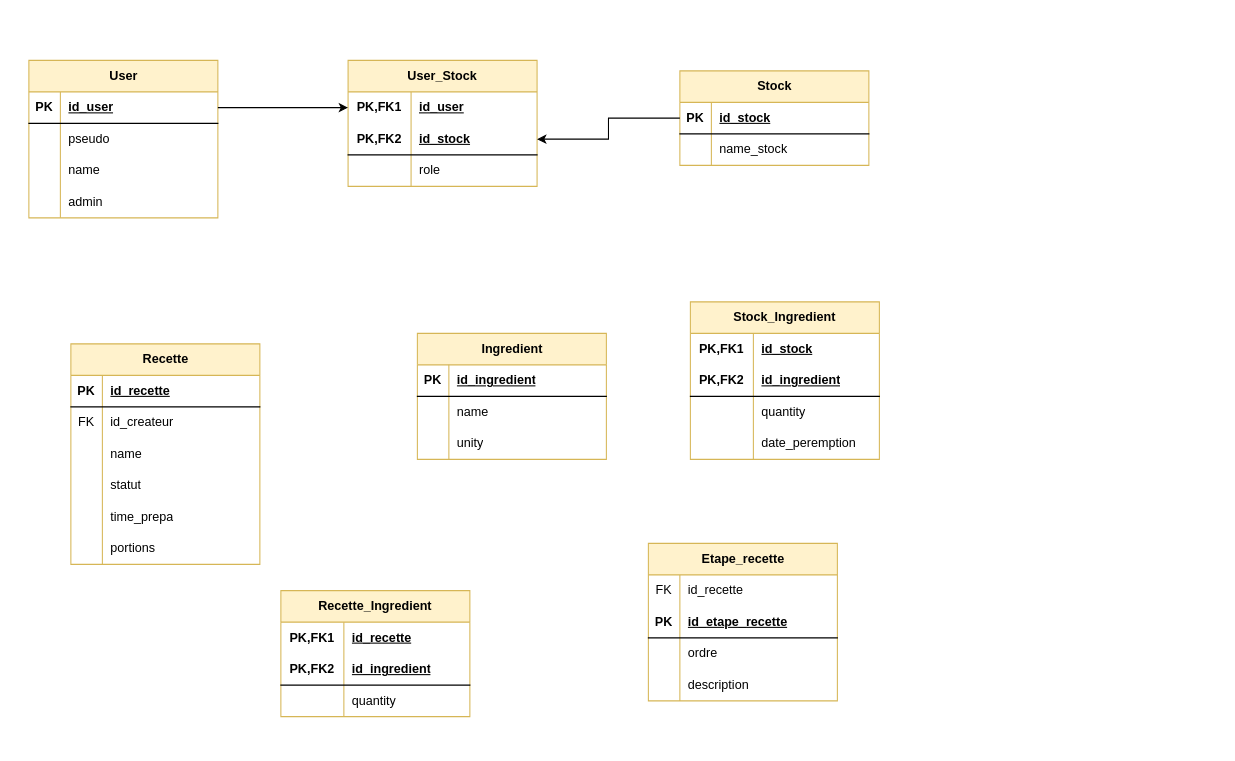
Above: diagramme_bdd.drawio in Projet-ingenierie-logiciel-2A-JerRouTes/projet2A (draw.io), before the change. Source tidied: cells renumbered, new cells numbered last; positions are measured from the earlier drawing's top-left corner, leaving out a move shared by most shapes. Both pictures are drawn from the tidied source at 105%, with x=0, y=0 at pixel (28, 60).
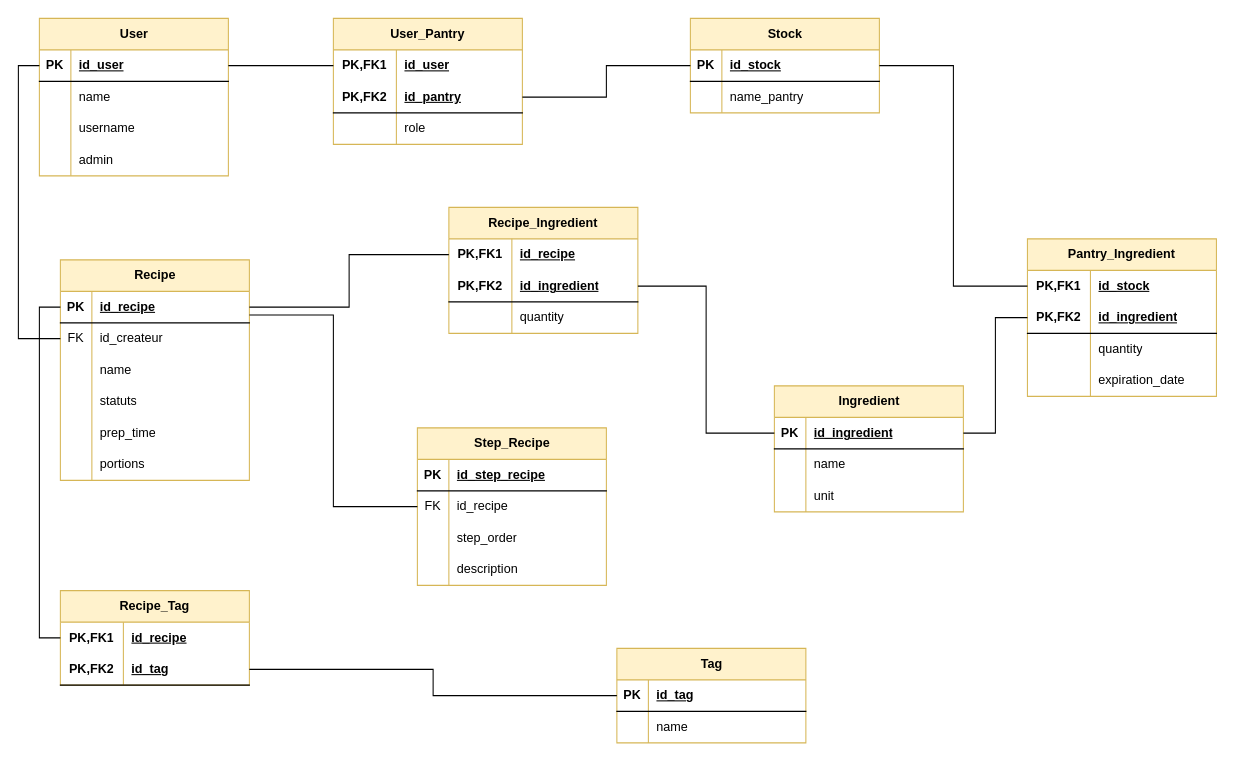
The same page after the edit.

Commit message (it also covers changes not shown here):
Mettre à jour diagramme_bdd.drawio

Unchanged cells that the change refers to:
```xml
<mxCell id="3" style="shape=tableRow;horizontal=0;startSize=0;swimlaneHead=0;swimlaneBody=0;fillColor=none;points=[[0,0.5],[1,0.5]];portConstraint=eastwest;top=0;left=0;right=0;bottom=1;" parent="2" vertex="1">
  <mxGeometry y="30" width="180" height="30" as="geometry" />
</mxCell>
<mxCell id="6" style="shape=tableRow;horizontal=0;startSize=0;swimlaneHead=0;swimlaneBody=0;fillColor=none;top=0;left=0;right=0;bottom=0;" parent="2" vertex="1">
  <mxGeometry y="60" width="180" height="30" as="geometry" />
</mxCell>
<mxCell id="9" style="shape=tableRow;horizontal=0;startSize=0;swimlaneHead=0;swimlaneBody=0;fillColor=none;top=0;left=0;right=0;bottom=0;" parent="2" vertex="1">
  <mxGeometry y="90" width="180" height="30" as="geometry" />
</mxCell>
<mxCell id="16" style="shape=tableRow;horizontal=0;startSize=0;swimlaneHead=0;swimlaneBody=0;fillColor=none;points=[[0,0.5],[1,0.5]];portConstraint=eastwest;top=0;left=0;right=0;bottom=1;" parent="15" vertex="1">
  <mxGeometry y="30" width="180" height="30" as="geometry" />
</mxCell>
<mxCell id="19" style="shape=tableRow;horizontal=0;startSize=0;swimlaneHead=0;swimlaneBody=0;fillColor=none;top=0;left=0;right=0;bottom=0;" parent="15" vertex="1">
  <mxGeometry y="60" width="180" height="30" as="geometry" />
</mxCell>
<mxCell id="23" style="shape=tableRow;horizontal=0;startSize=0;swimlaneHead=0;swimlaneBody=0;fillColor=none;points=[[0,0.5],[1,0.5]];portConstraint=eastwest;top=0;left=0;right=0;bottom=0;html=1;" parent="22" vertex="1">
  <mxGeometry y="30" width="180" height="30" as="geometry" />
</mxCell>
<mxCell id="26" style="shape=tableRow;horizontal=0;startSize=0;swimlaneHead=0;swimlaneBody=0;fillColor=none;points=[[0,0.5],[1,0.5]];portConstraint=eastwest;top=0;left=0;right=0;bottom=1;html=1;" parent="22" vertex="1">
  <mxGeometry y="60" width="180" height="30" as="geometry" />
</mxCell>
<mxCell id="33" style="shape=tableRow;horizontal=0;startSize=0;swimlaneHead=0;swimlaneBody=0;fillColor=none;points=[[0,0.5],[1,0.5]];portConstraint=eastwest;top=0;left=0;right=0;bottom=1;" parent="32" vertex="1">
  <mxGeometry y="30" width="180" height="30" as="geometry" />
</mxCell>
<mxCell id="39" style="shape=tableRow;horizontal=0;startSize=0;swimlaneHead=0;swimlaneBody=0;fillColor=none;top=0;left=0;right=0;bottom=0;" parent="32" vertex="1">
  <mxGeometry y="90" width="180" height="30" as="geometry" />
</mxCell>
<mxCell id="43" style="shape=tableRow;horizontal=0;startSize=0;swimlaneHead=0;swimlaneBody=0;fillColor=none;points=[[0,0.5],[1,0.5]];portConstraint=eastwest;top=0;left=0;right=0;bottom=0;html=1;" parent="42" vertex="1">
  <mxGeometry y="30" width="180" height="30" as="geometry" />
</mxCell>
<mxCell id="46" style="shape=tableRow;horizontal=0;startSize=0;swimlaneHead=0;swimlaneBody=0;fillColor=none;points=[[0,0.5],[1,0.5]];portConstraint=eastwest;top=0;left=0;right=0;bottom=1;html=1;" parent="42" vertex="1">
  <mxGeometry y="60" width="180" height="30" as="geometry" />
</mxCell>
<mxCell id="52" style="shape=tableRow;horizontal=0;startSize=0;swimlaneHead=0;swimlaneBody=0;fillColor=none;top=0;left=0;right=0;bottom=0;html=1;" parent="42" vertex="1">
  <mxGeometry y="120" width="180" height="30" as="geometry" />
</mxCell>
<mxCell id="56" style="shape=tableRow;horizontal=0;startSize=0;swimlaneHead=0;swimlaneBody=0;fillColor=none;points=[[0,0.5],[1,0.5]];portConstraint=eastwest;top=0;left=0;right=0;bottom=1;" parent="55" vertex="1">
  <mxGeometry y="30" width="180" height="30" as="geometry" />
</mxCell>
<mxCell id="59" style="shape=tableRow;horizontal=0;startSize=0;swimlaneHead=0;swimlaneBody=0;fillColor=none;points=[[0,0.5],[1,0.5]];portConstraint=eastwest;top=0;left=0;right=0;bottom=0;" parent="55" vertex="1">
  <mxGeometry y="60" width="180" height="30" as="geometry" />
</mxCell>
<mxCell id="65" style="shape=tableRow;horizontal=0;startSize=0;swimlaneHead=0;swimlaneBody=0;fillColor=none;top=0;left=0;right=0;bottom=0;" parent="55" vertex="1">
  <mxGeometry y="120" width="180" height="30" as="geometry" />
</mxCell>
<mxCell id="68" style="shape=tableRow;horizontal=0;startSize=0;swimlaneHead=0;swimlaneBody=0;fillColor=none;top=0;left=0;right=0;bottom=0;" parent="55" vertex="1">
  <mxGeometry y="150" width="180" height="30" as="geometry" />
</mxCell>
<mxCell id="75" style="shape=tableRow;horizontal=0;startSize=0;swimlaneHead=0;swimlaneBody=0;fillColor=none;points=[[0,0.5],[1,0.5]];portConstraint=eastwest;top=0;left=0;right=0;bottom=0;html=1;" parent="74" vertex="1">
  <mxGeometry y="30" width="180" height="30" as="geometry" />
</mxCell>
<mxCell id="78" style="shape=tableRow;horizontal=0;startSize=0;swimlaneHead=0;swimlaneBody=0;fillColor=none;points=[[0,0.5],[1,0.5]];portConstraint=eastwest;top=0;left=0;right=0;bottom=1;html=1;" parent="74" vertex="1">
  <mxGeometry y="60" width="180" height="30" as="geometry" />
</mxCell>
<mxCell id="91" style="shape=tableRow;horizontal=0;startSize=0;swimlaneHead=0;swimlaneBody=0;fillColor=none;top=0;left=0;right=0;bottom=0;" parent="84" vertex="1">
  <mxGeometry y="90" width="180" height="30" as="geometry" />
</mxCell>
```

What changed in the source:
```diff
@@
     <mxCell id="2" value="User" style="shape=table;startSize=30;childLayout=tableLayout;rowLines=0;fontStyle=1;align=center;html=1;fillColor=#fff2cc;strokeColor=#d6b656;" parent="1" vertex="1">
-      <mxGeometry width="180" height="150" as="geometry" />
+      <mxGeometry x="10" y="-40" width="180" height="150" as="geometry" />
     </mxCell>
@@
-    <mxCell id="8" value="pseudo" style="shape=partialRectangle;fillColor=none;top=0;left=0;bottom=0;right=0;align=left;spacingLeft=6;overflow=hidden;whiteSpace=wrap;html=1;" parent="6" vertex="1">
+    <mxCell id="8" value="name" style="shape=partialRectangle;fillColor=none;top=0;left=0;bottom=0;right=0;align=left;spacingLeft=6;overflow=hidden;whiteSpace=wrap;html=1;" parent="6" vertex="1">
       <mxGeometry x="30" width="150" height="30" as="geometry" />
     </mxCell>
@@
-    <mxCell id="11" value="name" style="shape=partialRectangle;fillColor=none;top=0;left=0;bottom=0;right=0;align=left;spacingLeft=6;overflow=hidden;whiteSpace=wrap;html=1;" parent="9" vertex="1">
+    <mxCell id="11" value="username" style="shape=partialRectangle;fillColor=none;top=0;left=0;bottom=0;right=0;align=left;spacingLeft=6;overflow=hidden;whiteSpace=wrap;html=1;" parent="9" vertex="1">
       <mxGeometry x="30" width="150" height="30" as="geometry" />
     </mxCell>
@@
     <mxCell id="15" value="Stock" style="shape=table;startSize=30;childLayout=tableLayout;rowLines=0;fontStyle=1;align=center;html=1;fillColor=#fff2cc;strokeColor=#d6b656;" parent="1" vertex="1">
-      <mxGeometry x="620" y="10" width="180" height="90" as="geometry" />
+      <mxGeometry x="630" y="-40" width="180" height="90" as="geometry" />
     </mxCell>
@@
-    <mxCell id="21" value="name_stock" style="shape=partialRectangle;fillColor=none;top=0;left=0;bottom=0;right=0;align=left;spacingLeft=6;overflow=hidden;whiteSpace=wrap;html=1;" parent="19" vertex="1">
+    <mxCell id="21" value="name_pantry" style="shape=partialRectangle;fillColor=none;top=0;left=0;bottom=0;right=0;align=left;spacingLeft=6;overflow=hidden;whiteSpace=wrap;html=1;" parent="19" vertex="1">
       <mxGeometry x="30" width="150" height="30" as="geometry" />
     </mxCell>
-    <mxCell id="22" value="User_Stock" style="shape=table;startSize=30;childLayout=tableLayout;rowLines=0;fontStyle=1;align=center;html=1;whiteSpace=wrap;fillColor=#fff2cc;strokeColor=#d6b656;" parent="1" vertex="1">
-      <mxGeometry x="304" width="180" height="120" as="geometry" />
+    <mxCell id="22" value="User_Pantry" style="shape=table;startSize=30;childLayout=tableLayout;rowLines=0;fontStyle=1;align=center;html=1;whiteSpace=wrap;fillColor=#fff2cc;strokeColor=#d6b656;" parent="1" vertex="1">
+      <mxGeometry x="290" y="-40" width="180" height="120" as="geometry" />
     </mxCell>
@@
-    <mxCell id="28" value="id_stock" style="shape=partialRectangle;fillColor=none;top=0;left=0;bottom=0;right=0;align=left;spacingLeft=6;fontStyle=5;overflow=hidden;html=1;whiteSpace=wrap;" parent="26" vertex="1">
+    <mxCell id="28" value="id_pantry" style="shape=partialRectangle;fillColor=none;top=0;left=0;bottom=0;right=0;align=left;spacingLeft=6;fontStyle=5;overflow=hidden;html=1;whiteSpace=wrap;" parent="26" vertex="1">
       <mxGeometry x="60" width="120" height="30" as="geometry" />
     </mxCell>
@@
     <mxCell id="32" value="Ingredient" style="shape=table;startSize=30;childLayout=tableLayout;rowLines=0;fontStyle=1;align=center;html=1;fillColor=#fff2cc;strokeColor=#d6b656;" parent="1" vertex="1">
-      <mxGeometry x="370" y="260" width="180" height="120" as="geometry" />
+      <mxGeometry x="710" y="310" width="180" height="120" as="geometry" />
     </mxCell>
@@
-    <mxCell id="41" value="unity" style="shape=partialRectangle;fillColor=none;top=0;left=0;bottom=0;right=0;align=left;spacingLeft=6;overflow=hidden;whiteSpace=wrap;html=1;" parent="39" vertex="1">
+    <mxCell id="41" value="unit" style="shape=partialRectangle;fillColor=none;top=0;left=0;bottom=0;right=0;align=left;spacingLeft=6;overflow=hidden;whiteSpace=wrap;html=1;" parent="39" vertex="1">
       <mxGeometry x="30" width="150" height="30" as="geometry" />
     </mxCell>
-    <mxCell id="42" value="&lt;div&gt;Stock_Ingredient&lt;/div&gt;" style="shape=table;startSize=30;childLayout=tableLayout;rowLines=0;fontStyle=1;align=center;html=1;whiteSpace=wrap;fillColor=#fff2cc;strokeColor=#d6b656;" parent="1" vertex="1">
-      <mxGeometry x="630" y="230" width="180" height="150" as="geometry" />
+    <mxCell id="42" value="&lt;div&gt;Pantry_Ingredient&lt;/div&gt;" style="shape=table;startSize=30;childLayout=tableLayout;rowLines=0;fontStyle=1;align=center;html=1;whiteSpace=wrap;fillColor=#fff2cc;strokeColor=#d6b656;" parent="1" vertex="1">
+      <mxGeometry x="951" y="170" width="180" height="150" as="geometry" />
     </mxCell>
@@
-    <mxCell id="54" value="date_peremption" style="shape=partialRectangle;fillColor=none;top=0;left=0;bottom=0;right=0;align=left;spacingLeft=6;overflow=hidden;html=1;whiteSpace=wrap;" parent="52" vertex="1">
+    <mxCell id="54" value="expiration_date" style="shape=partialRectangle;fillColor=none;top=0;left=0;bottom=0;right=0;align=left;spacingLeft=6;overflow=hidden;html=1;whiteSpace=wrap;" parent="52" vertex="1">
       <mxGeometry x="60" width="120" height="30" as="geometry" />
     </mxCell>
-    <mxCell id="55" value="Recette" style="shape=table;startSize=30;childLayout=tableLayout;rowLines=0;fontStyle=1;align=center;html=1;fillColor=#fff2cc;strokeColor=#d6b656;" parent="1" vertex="1">
-      <mxGeometry x="40" y="270" width="180" height="210" as="geometry" />
+    <mxCell id="55" value="Recipe" style="shape=table;startSize=30;childLayout=tableLayout;rowLines=0;fontStyle=1;align=center;html=1;fillColor=#fff2cc;strokeColor=#d6b656;" parent="1" vertex="1">
+      <mxGeometry x="30" y="190" width="180" height="210" as="geometry" />
     </mxCell>
@@
-    <mxCell id="58" value="id_recette" style="shape=partialRectangle;fillColor=none;top=0;left=0;bottom=0;right=0;align=left;spacingLeft=6;fontStyle=5;overflow=hidden;whiteSpace=wrap;html=1;" parent="56" vertex="1">
+    <mxCell id="58" value="id_recipe" style="shape=partialRectangle;fillColor=none;top=0;left=0;bottom=0;right=0;align=left;spacingLeft=6;fontStyle=5;overflow=hidden;whiteSpace=wrap;html=1;" parent="56" vertex="1">
       <mxGeometry x="30" width="150" height="30" as="geometry" />
     </mxCell>
@@
-    <mxCell id="67" value="statut" style="shape=partialRectangle;fillColor=none;top=0;left=0;bottom=0;right=0;align=left;spacingLeft=6;overflow=hidden;whiteSpace=wrap;html=1;" parent="65" vertex="1">
+    <mxCell id="67" value="statuts" style="shape=partialRectangle;fillColor=none;top=0;left=0;bottom=0;right=0;align=left;spacingLeft=6;overflow=hidden;whiteSpace=wrap;html=1;" parent="65" vertex="1">
       <mxGeometry x="30" width="150" height="30" as="geometry" />
     </mxCell>
@@
-    <mxCell id="70" value="time_prepa" style="shape=partialRectangle;fillColor=none;top=0;left=0;bottom=0;right=0;align=left;spacingLeft=6;overflow=hidden;whiteSpace=wrap;html=1;" parent="68" vertex="1">
+    <mxCell id="70" value="prep_time" style="shape=partialRectangle;fillColor=none;top=0;left=0;bottom=0;right=0;align=left;spacingLeft=6;overflow=hidden;whiteSpace=wrap;html=1;" parent="68" vertex="1">
       <mxGeometry x="30" width="150" height="30" as="geometry" />
     </mxCell>
@@
-    <mxCell id="74" value="Recette_Ingredient" style="shape=table;startSize=30;childLayout=tableLayout;rowLines=0;fontStyle=1;align=center;html=1;whiteSpace=wrap;fillColor=#fff2cc;strokeColor=#d6b656;" parent="1" vertex="1">
-      <mxGeometry x="240" y="505" width="180" height="120" as="geometry" />
+    <mxCell id="74" value="Recipe_Ingredient" style="shape=table;startSize=30;childLayout=tableLayout;rowLines=0;fontStyle=1;align=center;html=1;whiteSpace=wrap;fillColor=#fff2cc;strokeColor=#d6b656;" parent="1" vertex="1">
+      <mxGeometry x="400" y="140" width="180" height="120" as="geometry" />
     </mxCell>
@@
-    <mxCell id="77" value="id_recette" style="shape=partialRectangle;fillColor=none;top=0;left=0;bottom=0;right=0;align=left;spacingLeft=6;fontStyle=5;overflow=hidden;html=1;whiteSpace=wrap;" parent="75" vertex="1">
+    <mxCell id="77" value="id_recipe" style="shape=partialRectangle;fillColor=none;top=0;left=0;bottom=0;right=0;align=left;spacingLeft=6;fontStyle=5;overflow=hidden;html=1;whiteSpace=wrap;" parent="75" vertex="1">
       <mxGeometry x="60" width="120" height="30" as="geometry" />
     </mxCell>
@@
-    <mxCell id="84" value="Etape_recette" style="shape=table;startSize=30;childLayout=tableLayout;rowLines=0;fontStyle=1;align=center;html=1;fillColor=#fff2cc;strokeColor=#d6b656;" parent="1" vertex="1">
-      <mxGeometry x="590" y="460" width="180" height="150" as="geometry" />
+    <mxCell id="84" value=" &lt;strong&gt;Step&lt;/strong&gt;_Recipe" style="shape=table;startSize=30;childLayout=tableLayout;rowLines=0;fontStyle=1;align=center;html=1;fillColor=#fff2cc;strokeColor=#d6b656;" parent="1" vertex="1">
+      <mxGeometry x="370" y="350" width="180" height="150" as="geometry" />
     </mxCell>
+    <mxCell id="88" style="shape=tableRow;horizontal=0;startSize=0;swimlaneHead=0;swimlaneBody=0;fillColor=none;top=0;left=0;right=0;bottom=1;" parent="84" vertex="1">
+      <mxGeometry y="30" width="180" height="30" as="geometry" />
+    </mxCell>
+    <mxCell id="89" value="PK" style="shape=partialRectangle;fillColor=none;top=0;left=0;bottom=0;right=0;fontStyle=1;overflow=hidden;whiteSpace=wrap;html=1;" parent="88" vertex="1">
+      <mxGeometry width="30" height="30" as="geometry" />
+    </mxCell>
+    <mxCell id="90" value="id_step_recipe" style="shape=partialRectangle;fillColor=none;top=0;left=0;bottom=0;right=0;align=left;spacingLeft=6;fontStyle=5;overflow=hidden;whiteSpace=wrap;html=1;" parent="88" vertex="1">
+      <mxGeometry x="30" width="150" height="30" as="geometry" />
+    </mxCell>
     <mxCell id="85" style="shape=tableRow;horizontal=0;startSize=0;swimlaneHead=0;swimlaneBody=0;fillColor=none;points=[[0,0.5],[1,0.5]];portConstraint=eastwest;top=0;left=0;right=0;bottom=0;" parent="84" vertex="1">
-      <mxGeometry y="30" width="180" height="30" as="geometry" />
+      <mxGeometry y="60" width="180" height="30" as="geometry" />
     </mxCell>
@@
-    <mxCell id="87" value="id_recette" style="shape=partialRectangle;fillColor=none;top=0;left=0;bottom=0;right=0;align=left;spacingLeft=6;fontStyle=0;overflow=hidden;whiteSpace=wrap;html=1;" parent="85" vertex="1">
+    <mxCell id="87" value="id_recipe" style="shape=partialRectangle;fillColor=none;top=0;left=0;bottom=0;right=0;align=left;spacingLeft=6;fontStyle=0;overflow=hidden;whiteSpace=wrap;html=1;" parent="85" vertex="1">
       <mxGeometry x="30" width="150" height="30" as="geometry" />
     </mxCell>
-    <mxCell id="88" style="shape=tableRow;horizontal=0;startSize=0;swimlaneHead=0;swimlaneBody=0;fillColor=none;top=0;left=0;right=0;bottom=1;" parent="84" vertex="1">
-      <mxGeometry y="60" width="180" height="30" as="geometry" />
-    </mxCell>
-    <mxCell id="89" value="PK" style="shape=partialRectangle;fillColor=none;top=0;left=0;bottom=0;right=0;fontStyle=1;overflow=hidden;whiteSpace=wrap;html=1;" parent="88" vertex="1">
-      <mxGeometry width="30" height="30" as="geometry" />
-    </mxCell>
-    <mxCell id="90" value="id_etape_recette" style="shape=partialRectangle;fillColor=none;top=0;left=0;bottom=0;right=0;align=left;spacingLeft=6;fontStyle=5;overflow=hidden;whiteSpace=wrap;html=1;" parent="88" vertex="1">
-      <mxGeometry x="30" width="150" height="30" as="geometry" />
-    </mxCell>
@@
-    <mxCell id="93" value="ordre" style="shape=partialRectangle;fillColor=none;top=0;left=0;bottom=0;right=0;align=left;spacingLeft=6;overflow=hidden;whiteSpace=wrap;html=1;" parent="91" vertex="1">
+    <mxCell id="93" value="step_order" style="shape=partialRectangle;fillColor=none;top=0;left=0;bottom=0;right=0;align=left;spacingLeft=6;overflow=hidden;whiteSpace=wrap;html=1;" parent="91" vertex="1">
       <mxGeometry x="30" width="150" height="30" as="geometry" />
     </mxCell>
@@
-    <mxCell id="97" style="edgeStyle=orthogonalEdgeStyle;rounded=0;jettySize=auto;html=1;" parent="1" edge="1" source="3" target="23">
+    <mxCell id="97" style="edgeStyle=orthogonalEdgeStyle;rounded=0;jettySize=auto;html=1;endArrow=none;endFill=0;" parent="1" edge="1" source="3" target="23">
       <mxGeometry relative="1" as="geometry" />
     </mxCell>
-    <mxCell id="98" style="edgeStyle=orthogonalEdgeStyle;rounded=0;jettySize=auto;html=1;exitX=0;exitY=0.5;exitDx=0;exitDy=0;" parent="1" edge="1" source="16" target="26">
+    <mxCell id="98" style="edgeStyle=orthogonalEdgeStyle;rounded=0;jettySize=auto;html=1;exitX=0;exitY=0.5;exitDx=0;exitDy=0;endArrow=none;endFill=0;" parent="1" edge="1" source="16" target="26">
       <mxGeometry relative="1" as="geometry" />
     </mxCell>
+    <mxCell id="99" value="Tag" style="shape=table;startSize=30;childLayout=tableLayout;rowLines=0;fontStyle=1;align=center;html=1;fillColor=#fff2cc;strokeColor=#d6b656;" parent="1" vertex="1">
+      <mxGeometry x="560" y="560" width="180" height="90" as="geometry" />
+    </mxCell>
+    <mxCell id="100" style="shape=tableRow;horizontal=0;startSize=0;swimlaneHead=0;swimlaneBody=0;fillColor=none;points=[[0,0.5],[1,0.5]];portConstraint=eastwest;top=0;left=0;right=0;bottom=1;" parent="99" vertex="1">
+      <mxGeometry y="30" width="180" height="30" as="geometry" />
+    </mxCell>
+    <mxCell id="101" value="PK" style="shape=partialRectangle;fillColor=none;top=0;left=0;bottom=0;right=0;fontStyle=1;overflow=hidden;whiteSpace=wrap;html=1;" parent="100" vertex="1">
+      <mxGeometry width="30" height="30" as="geometry" />
+    </mxCell>
+    <mxCell id="102" value="id_tag" style="shape=partialRectangle;fillColor=none;top=0;left=0;bottom=0;right=0;align=left;spacingLeft=6;fontStyle=5;overflow=hidden;whiteSpace=wrap;html=1;" parent="100" vertex="1">
+      <mxGeometry x="30" width="150" height="30" as="geometry" />
+    </mxCell>
+    <mxCell id="103" style="shape=tableRow;horizontal=0;startSize=0;swimlaneHead=0;swimlaneBody=0;fillColor=none;top=0;left=0;right=0;bottom=0;" parent="99" vertex="1">
+      <mxGeometry y="60" width="180" height="30" as="geometry" />
+    </mxCell>
+    <mxCell id="104" style="shape=partialRectangle;fillColor=none;top=0;left=0;bottom=0;right=0;overflow=hidden;whiteSpace=wrap;html=1;" parent="103" vertex="1">
+      <mxGeometry width="30" height="30" as="geometry" />
+    </mxCell>
+    <mxCell id="105" value="name" style="shape=partialRectangle;fillColor=none;top=0;left=0;bottom=0;right=0;align=left;spacingLeft=6;overflow=hidden;whiteSpace=wrap;html=1;" parent="103" vertex="1">
+      <mxGeometry x="30" width="150" height="30" as="geometry" />
+    </mxCell>
+    <mxCell id="106" value="Recipe_Tag" style="shape=table;startSize=30;childLayout=tableLayout;rowLines=0;fontStyle=1;align=center;html=1;whiteSpace=wrap;fillColor=#fff2cc;strokeColor=#d6b656;" parent="1" vertex="1">
+      <mxGeometry x="30" y="505" width="180" height="90" as="geometry" />
+    </mxCell>
+    <mxCell id="107" style="shape=tableRow;horizontal=0;startSize=0;swimlaneHead=0;swimlaneBody=0;fillColor=none;points=[[0,0.5],[1,0.5]];portConstraint=eastwest;top=0;left=0;right=0;bottom=0;html=1;" parent="106" vertex="1">
+      <mxGeometry y="30" width="180" height="30" as="geometry" />
+    </mxCell>
+    <mxCell id="108" value="PK,FK1" style="shape=partialRectangle;fillColor=none;top=0;left=0;bottom=0;right=0;fontStyle=1;overflow=hidden;html=1;whiteSpace=wrap;" parent="107" vertex="1">
+      <mxGeometry width="60" height="30" as="geometry" />
+    </mxCell>
+    <mxCell id="109" value="id_recipe" style="shape=partialRectangle;fillColor=none;top=0;left=0;bottom=0;right=0;align=left;spacingLeft=6;fontStyle=5;overflow=hidden;html=1;whiteSpace=wrap;" parent="107" vertex="1">
+      <mxGeometry x="60" width="120" height="30" as="geometry" />
+    </mxCell>
+    <mxCell id="110" style="shape=tableRow;horizontal=0;startSize=0;swimlaneHead=0;swimlaneBody=0;fillColor=none;points=[[0,0.5],[1,0.5]];portConstraint=eastwest;top=0;left=0;right=0;bottom=1;html=1;" parent="106" vertex="1">
+      <mxGeometry y="60" width="180" height="30" as="geometry" />
+    </mxCell>
+    <mxCell id="111" value="PK,FK2" style="shape=partialRectangle;fillColor=none;top=0;left=0;bottom=0;right=0;fontStyle=1;overflow=hidden;html=1;whiteSpace=wrap;" parent="110" vertex="1">
+      <mxGeometry width="60" height="30" as="geometry" />
+    </mxCell>
+    <mxCell id="112" value="id_tag" style="shape=partialRectangle;fillColor=none;top=0;left=0;bottom=0;right=0;align=left;spacingLeft=6;fontStyle=5;overflow=hidden;html=1;whiteSpace=wrap;" parent="110" vertex="1">
+      <mxGeometry x="60" width="120" height="30" as="geometry" />
+    </mxCell>
+    <mxCell id="113" style="edgeStyle=orthogonalEdgeStyle;rounded=0;jettySize=auto;html=1;exitX=0;exitY=0.5;exitDx=0;exitDy=0;entryX=1;entryY=0.5;entryDx=0;entryDy=0;endArrow=none;endFill=0;" parent="1" edge="1" source="100" target="110">
+      <mxGeometry relative="1" as="geometry" />
+    </mxCell>
+    <mxCell id="114" style="edgeStyle=orthogonalEdgeStyle;rounded=0;jettySize=auto;html=1;entryX=1;entryY=0.25;entryDx=0;entryDy=0;endArrow=none;endFill=0;" parent="1" edge="1" source="85" target="55">
+      <mxGeometry relative="1" as="geometry" />
+    </mxCell>
+    <mxCell id="115" style="edgeStyle=orthogonalEdgeStyle;rounded=0;jettySize=auto;html=1;endArrow=none;endFill=0;convertToSvg=0;" parent="1" edge="1" source="16" target="43">
+      <mxGeometry relative="1" as="geometry" />
+    </mxCell>
+    <mxCell id="116" style="edgeStyle=orthogonalEdgeStyle;rounded=0;jettySize=auto;html=1;entryX=0;entryY=0.5;entryDx=0;entryDy=0;endArrow=none;endFill=0;fontFamily=Times New Roman;" parent="1" edge="1" source="59" target="3">
+      <mxGeometry relative="1" as="geometry" />
+    </mxCell>
+    <mxCell id="117" style="edgeStyle=orthogonalEdgeStyle;rounded=0;jettySize=auto;html=1;entryX=0;entryY=0.5;entryDx=0;entryDy=0;endArrow=none;endFill=0;" parent="1" edge="1" source="33" target="46">
+      <mxGeometry relative="1" as="geometry" />
+    </mxCell>
+    <mxCell id="118" style="edgeStyle=orthogonalEdgeStyle;rounded=0;jettySize=auto;html=1;endArrow=none;endFill=0;" parent="1" edge="1" source="33" target="78">
+      <mxGeometry relative="1" as="geometry" />
+    </mxCell>
+    <mxCell id="119" style="edgeStyle=orthogonalEdgeStyle;rounded=0;jettySize=auto;html=1;entryX=0;entryY=0.5;entryDx=0;entryDy=0;endArrow=none;endFill=0;" parent="1" edge="1" source="107" target="56">
+      <mxGeometry relative="1" as="geometry" />
+    </mxCell>
+    <mxCell id="120" style="edgeStyle=orthogonalEdgeStyle;rounded=0;jettySize=auto;html=1;endArrow=none;endFill=0;" parent="1" edge="1" source="75" target="56">
+      <mxGeometry relative="1" as="geometry" />
+    </mxCell>
+    <mxCell id="121" style="whiteSpace=wrap;html=1;" parent="1" vertex="1">
+      <mxGeometry x="220" y="40" width="40" as="geometry" />
+    </mxCell>
```
